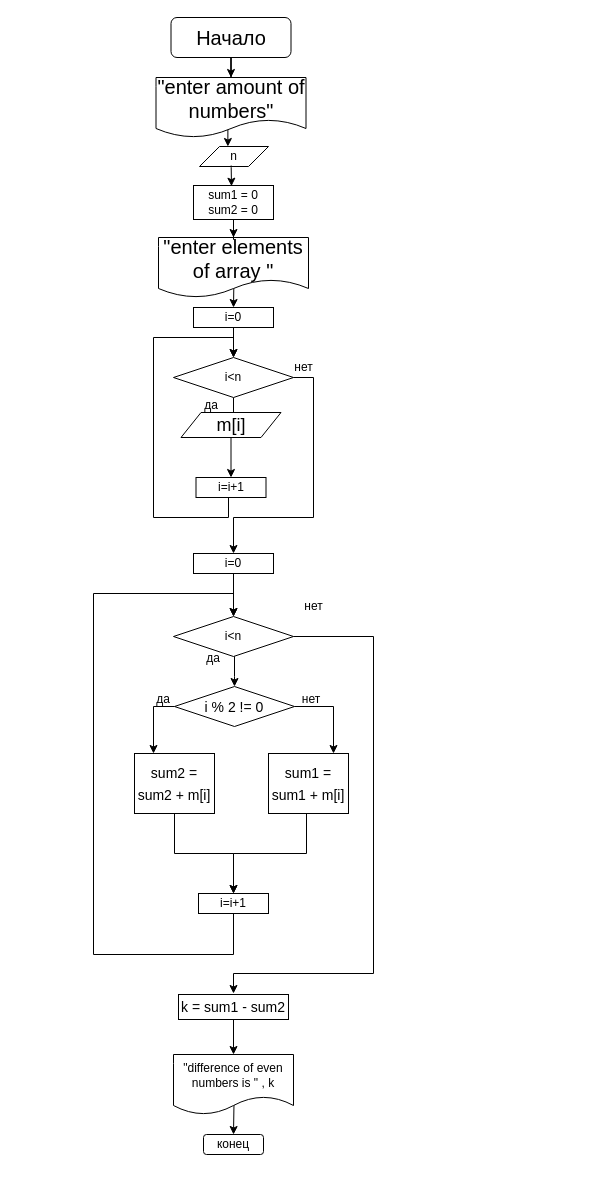
Earlier version of the draw.io diagram 3/3.2.drawio (klep1koff/lifeishard). Source tidied: cells renumbered, new cells numbered last; positions are measured from the earlier drawing's top-left corner, leaving out a move shared by most shapes. Both pictures are drawn from the tidied source at 100%, with x=0, y=0 at pixel (93, 17).
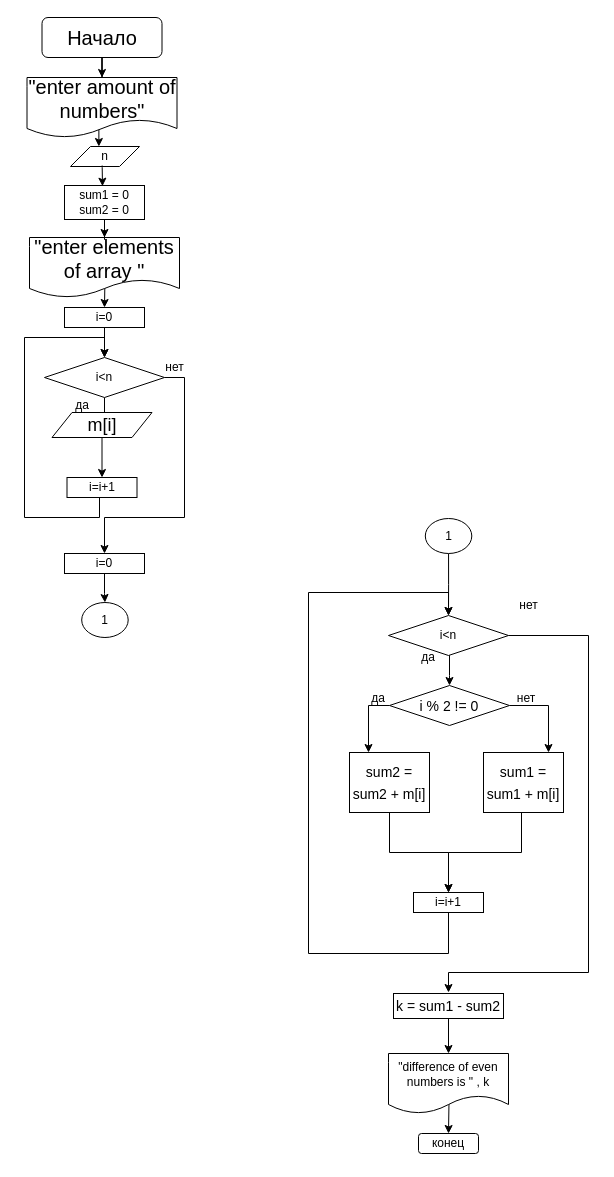
Above is the later version.

The edit, as a diff of the source:
```diff
@@
     <mxCell id="3" value="i=0" style="whiteSpace=wrap;html=1;rounded=0;" parent="1" vertex="1">
-      <mxGeometry x="100" y="290" width="80" height="20" as="geometry" />
+      <mxGeometry x="-29" y="290" width="80" height="20" as="geometry" />
     </mxCell>
     <mxCell id="4" style="edgeStyle=orthogonalEdgeStyle;rounded=0;jettySize=auto;html=1;" parent="1" edge="1" source="6">
       <mxGeometry relative="1" as="geometry">
-        <mxPoint x="140" y="395" as="targetPoint" />
+        <mxPoint x="11" y="395" as="targetPoint" />
       </mxGeometry>
     </mxCell>
     <mxCell id="5" style="edgeStyle=orthogonalEdgeStyle;rounded=0;jettySize=auto;html=1;entryX=0.5;entryY=0;entryDx=0;entryDy=0;" parent="1" edge="1" source="6" target="36">
       <mxGeometry relative="1" as="geometry">
         <Array as="points">
-          <mxPoint x="220" y="360" />
-          <mxPoint x="220" y="500" />
-          <mxPoint x="140" y="500" />
+          <mxPoint x="91" y="360" />
+          <mxPoint x="91" y="500" />
+          <mxPoint x="11" y="500" />
         </Array>
       </mxGeometry>
     </mxCell>
     <mxCell id="6" value="i&amp;lt;n" style="rhombus;whiteSpace=wrap;html=1;rounded=0;" parent="1" vertex="1">
-      <mxGeometry x="80" y="340" width="120" height="40" as="geometry" />
+      <mxGeometry x="-49" y="340" width="120" height="40" as="geometry" />
     </mxCell>
     <mxCell id="7" value="да" style="text;html=1;strokeColor=none;fillColor=none;align=center;verticalAlign=middle;whiteSpace=wrap;rounded=0;" parent="1" vertex="1">
-      <mxGeometry x="87.5" y="380" width="60" height="15" as="geometry" />
+      <mxGeometry x="-41.5" y="380" width="60" height="15" as="geometry" />
     </mxCell>
@@
     <mxCell id="9" value="&lt;font style=&quot;font-size: 20px&quot;&gt;Начало&lt;/font&gt;" style="rounded=1;whiteSpace=wrap;html=1;fontSize=12;glass=0;strokeWidth=1;shadow=0;" parent="1" vertex="1">
-      <mxGeometry x="77.5" width="120" height="40" as="geometry" />
+      <mxGeometry x="-51.5" width="120" height="40" as="geometry" />
     </mxCell>
     <mxCell id="10" style="edgeStyle=orthogonalEdgeStyle;rounded=0;jettySize=auto;html=1;entryX=0.411;entryY=0;entryDx=0;entryDy=0;entryPerimeter=0;exitX=0.49;exitY=0.839;exitDx=0;exitDy=0;exitPerimeter=0;" parent="1" edge="1" source="11" target="44">
       <mxGeometry relative="1" as="geometry">
         <Array as="points">
-          <mxPoint x="134" y="110" />
-          <mxPoint x="134" y="129" />
+          <mxPoint x="5" y="110" />
+          <mxPoint x="5" y="129" />
         </Array>
       </mxGeometry>
     </mxCell>
     <mxCell id="11" value="&lt;font style=&quot;font-size: 20px&quot;&gt;&quot;enter amount of numbers&quot;&lt;/font&gt;" style="shape=document;whiteSpace=wrap;html=1;boundedLbl=1;" parent="1" vertex="1">
-      <mxGeometry x="62.5" y="60" width="150" height="60" as="geometry" />
+      <mxGeometry x="-66.5" y="60" width="150" height="60" as="geometry" />
     </mxCell>
@@
     <mxCell id="13" value="&lt;font style=&quot;font-size: 20px&quot;&gt;&quot;enter elements of array &quot;&lt;/font&gt;" style="shape=document;whiteSpace=wrap;html=1;boundedLbl=1;" parent="1" vertex="1">
-      <mxGeometry x="65" y="220" width="150" height="60" as="geometry" />
+      <mxGeometry x="-64" y="220" width="150" height="60" as="geometry" />
     </mxCell>
     <mxCell id="14" style="edgeStyle=orthogonalEdgeStyle;rounded=0;jettySize=auto;html=1;entryX=0.5;entryY=0;entryDx=0;entryDy=0;startArrow=none;" parent="1" edge="1" source="46" target="6">
       <mxGeometry relative="1" as="geometry">
         <Array as="points">
-          <mxPoint x="135" y="500" />
-          <mxPoint x="60" y="500" />
-          <mxPoint x="60" y="320" />
-          <mxPoint x="140" y="320" />
+          <mxPoint x="6" y="500" />
+          <mxPoint x="-69" y="500" />
+          <mxPoint x="-69" y="320" />
+          <mxPoint x="11" y="320" />
         </Array>
       </mxGeometry>
     </mxCell>
@@
     <mxCell id="16" value="&lt;span style=&quot;font-size: 18px&quot;&gt;m[i]&lt;/span&gt;" style="shape=parallelogram;perimeter=parallelogramPerimeter;whiteSpace=wrap;html=1;fixedSize=1;" parent="1" vertex="1">
-      <mxGeometry x="87.5" y="395" width="100" height="25" as="geometry" />
+      <mxGeometry x="-41.5" y="395" width="100" height="25" as="geometry" />
     </mxCell>
     <mxCell id="17" value="нет" style="text;html=1;align=center;verticalAlign=middle;strokeColor=none;fillColor=none;" parent="1" vertex="1">
-      <mxGeometry x="190" y="340" width="40" height="20" as="geometry" />
+      <mxGeometry x="61" y="340" width="40" height="20" as="geometry" />
     </mxCell>
@@
     <mxCell id="20" value="&quot;difference of even numbers is&amp;nbsp;&quot; , k" style="shape=document;whiteSpace=wrap;html=1;boundedLbl=1;" parent="1" vertex="1">
-      <mxGeometry x="80" y="1037" width="120" height="60" as="geometry" />
+      <mxGeometry x="295" y="1036" width="120" height="60" as="geometry" />
     </mxCell>
@@
     <mxCell id="22" value="k = sum1 - sum2" style="rounded=0;whiteSpace=wrap;html=1;fontSize=14;" parent="1" vertex="1">
-      <mxGeometry x="85" y="977" width="110" height="25" as="geometry" />
+      <mxGeometry x="300" y="976" width="110" height="25" as="geometry" />
     </mxCell>
     <mxCell id="23" value="конец" style="rounded=1;whiteSpace=wrap;html=1;" parent="1" vertex="1">
-      <mxGeometry x="110" y="1117" width="60" height="20" as="geometry" />
+      <mxGeometry x="325" y="1116" width="60" height="20" as="geometry" />
     </mxCell>
     <mxCell id="24" style="edgeStyle=orthogonalEdgeStyle;rounded=0;jettySize=auto;html=1;" parent="1" edge="1" source="25" target="39">
       <mxGeometry relative="1" as="geometry">
         <Array as="points">
-          <mxPoint x="140" y="937" />
-          <mxPoint y="937" />
-          <mxPoint y="576" />
-          <mxPoint x="140" y="576" />
+          <mxPoint x="355" y="936" />
+          <mxPoint x="215" y="936" />
+          <mxPoint x="215" y="575" />
+          <mxPoint x="355" y="575" />
         </Array>
       </mxGeometry>
     </mxCell>
     <mxCell id="25" value="i=i+1" style="rounded=0;whiteSpace=wrap;html=1;" parent="1" vertex="1">
-      <mxGeometry x="105" y="876" width="70" height="20" as="geometry" />
+      <mxGeometry x="320" y="875" width="70" height="20" as="geometry" />
     </mxCell>
@@
     <mxCell id="27" value="&lt;font style=&quot;font-size: 14px&quot;&gt;sum2 = sum2 + m[i]&lt;/font&gt;" style="whiteSpace=wrap;html=1;fontSize=18;" parent="1" vertex="1">
-      <mxGeometry x="41" y="736" width="80" height="60" as="geometry" />
+      <mxGeometry x="256" y="735" width="80" height="60" as="geometry" />
     </mxCell>
     <mxCell id="28" style="edgeStyle=orthogonalEdgeStyle;rounded=0;jettySize=auto;html=1;" parent="1" edge="1" source="29" target="25">
       <mxGeometry relative="1" as="geometry">
         <Array as="points">
-          <mxPoint x="213" y="836" />
-          <mxPoint x="140" y="836" />
+          <mxPoint x="428" y="835" />
+          <mxPoint x="355" y="835" />
         </Array>
       </mxGeometry>
     </mxCell>
     <mxCell id="29" value="&lt;font style=&quot;font-size: 14px&quot;&gt;sum1 = sum1 + m[i]&lt;/font&gt;" style="whiteSpace=wrap;html=1;fontSize=18;" parent="1" vertex="1">
-      <mxGeometry x="175" y="736" width="80" height="60" as="geometry" />
+      <mxGeometry x="390" y="735" width="80" height="60" as="geometry" />
     </mxCell>
     <mxCell id="30" value="да" style="text;html=1;strokeColor=none;fillColor=none;align=center;verticalAlign=middle;whiteSpace=wrap;rounded=0;" parent="1" vertex="1">
-      <mxGeometry x="40" y="667" width="60" height="30" as="geometry" />
+      <mxGeometry x="255" y="666" width="60" height="30" as="geometry" />
     </mxCell>
     <mxCell id="31" value="нет" style="text;html=1;strokeColor=none;fillColor=none;align=center;verticalAlign=middle;whiteSpace=wrap;rounded=0;" parent="1" vertex="1">
-      <mxGeometry x="187.5" y="667" width="60" height="30" as="geometry" />
+      <mxGeometry x="402.5" y="666" width="60" height="30" as="geometry" />
     </mxCell>
     <mxCell id="32" style="edgeStyle=orthogonalEdgeStyle;rounded=0;jettySize=auto;html=1;" parent="1" edge="1" source="34">
       <mxGeometry relative="1" as="geometry">
-        <mxPoint x="60" y="736" as="targetPoint" />
+        <mxPoint x="275" y="735" as="targetPoint" />
         <Array as="points">
-          <mxPoint x="60" y="689" />
-          <mxPoint x="60" y="736" />
+          <mxPoint x="275" y="688" />
+          <mxPoint x="275" y="735" />
         </Array>
       </mxGeometry>
     </mxCell>
     <mxCell id="33" style="edgeStyle=orthogonalEdgeStyle;rounded=0;jettySize=auto;html=1;" parent="1" edge="1" source="34">
       <mxGeometry relative="1" as="geometry">
-        <mxPoint x="240" y="736" as="targetPoint" />
+        <mxPoint x="455" y="735" as="targetPoint" />
         <Array as="points">
-          <mxPoint x="240" y="689" />
-          <mxPoint x="240" y="736" />
+          <mxPoint x="455" y="688" />
+          <mxPoint x="455" y="735" />
         </Array>
       </mxGeometry>
     </mxCell>
     <mxCell id="34" value="&lt;font style=&quot;font-size: 14px&quot;&gt;i % 2 != 0&lt;/font&gt;" style="rhombus;whiteSpace=wrap;html=1;fontSize=18;" parent="1" vertex="1">
-      <mxGeometry x="81" y="669" width="120" height="40" as="geometry" />
+      <mxGeometry x="296" y="668" width="120" height="40" as="geometry" />
     </mxCell>
-    <mxCell id="35" style="edgeStyle=orthogonalEdgeStyle;rounded=0;jettySize=auto;html=1;" parent="1" edge="1" source="36" target="39">
-      <mxGeometry relative="1" as="geometry" />
-    </mxCell>
+    <mxCell id="47" style="edgeStyle=orthogonalEdgeStyle;rounded=0;jettySize=auto;html=1;" parent="1" edge="1" source="36" target="48">
+      <mxGeometry relative="1" as="geometry" />
+    </mxCell>
     <mxCell id="36" value="i=0" style="whiteSpace=wrap;html=1;rounded=0;" parent="1" vertex="1">
-      <mxGeometry x="100" y="536" width="80" height="20" as="geometry" />
+      <mxGeometry x="-29" y="536" width="80" height="20" as="geometry" />
     </mxCell>
     <mxCell id="37" style="edgeStyle=orthogonalEdgeStyle;rounded=0;jettySize=auto;html=1;" parent="1" edge="1" source="39" target="34">
       <mxGeometry relative="1" as="geometry">
         <Array as="points">
-          <mxPoint x="141" y="659" />
-          <mxPoint x="141" y="659" />
+          <mxPoint x="356" y="658" />
+          <mxPoint x="356" y="658" />
         </Array>
       </mxGeometry>
     </mxCell>
     <mxCell id="38" style="edgeStyle=orthogonalEdgeStyle;rounded=0;jettySize=auto;html=1;" parent="1" edge="1" source="39">
       <mxGeometry relative="1" as="geometry">
-        <mxPoint x="140" y="976" as="targetPoint" />
+        <mxPoint x="355" y="975" as="targetPoint" />
         <Array as="points">
-          <mxPoint x="280" y="619" />
-          <mxPoint x="280" y="956" />
-          <mxPoint x="140" y="956" />
+          <mxPoint x="495" y="618" />
+          <mxPoint x="495" y="955" />
+          <mxPoint x="355" y="955" />
         </Array>
       </mxGeometry>
     </mxCell>
     <mxCell id="39" value="i&amp;lt;n" style="rhombus;whiteSpace=wrap;html=1;rounded=0;" parent="1" vertex="1">
-      <mxGeometry x="80" y="599" width="120" height="40" as="geometry" />
+      <mxGeometry x="295" y="598" width="120" height="40" as="geometry" />
     </mxCell>
     <mxCell id="40" value="да" style="text;html=1;strokeColor=none;fillColor=none;align=center;verticalAlign=middle;whiteSpace=wrap;rounded=0;" parent="1" vertex="1">
-      <mxGeometry x="90" y="626" width="60" height="30" as="geometry" />
+      <mxGeometry x="305" y="625" width="60" height="30" as="geometry" />
     </mxCell>
     <mxCell id="41" value="нет" style="text;html=1;align=center;verticalAlign=middle;strokeColor=none;fillColor=none;" parent="1" vertex="1">
-      <mxGeometry x="200" y="579" width="40" height="20" as="geometry" />
+      <mxGeometry x="415" y="578" width="40" height="20" as="geometry" />
     </mxCell>
@@
     <mxCell id="43" value="sum1 = 0&lt;br&gt;sum2 = 0" style="rounded=0;whiteSpace=wrap;html=1;" parent="1" vertex="1">
-      <mxGeometry x="100" y="168" width="80" height="34" as="geometry" />
+      <mxGeometry x="-29" y="168" width="80" height="34" as="geometry" />
     </mxCell>
     <mxCell id="44" value="n" style="shape=parallelogram;perimeter=parallelogramPerimeter;whiteSpace=wrap;html=1;fixedSize=1;" parent="1" vertex="1">
-      <mxGeometry x="106" y="129" width="69" height="20" as="geometry" />
+      <mxGeometry x="-23" y="129" width="69" height="20" as="geometry" />
     </mxCell>
     <mxCell id="45" style="edgeStyle=orthogonalEdgeStyle;rounded=0;jettySize=auto;html=1;startArrow=none;exitX=0.459;exitY=0.95;exitDx=0;exitDy=0;exitPerimeter=0;entryX=0.475;entryY=0.02;entryDx=0;entryDy=0;entryPerimeter=0;" parent="1" edge="1" source="44" target="43">
       <mxGeometry relative="1" as="geometry">
         <Array as="points">
-          <mxPoint x="138" y="150" />
+          <mxPoint x="9" y="150" />
         </Array>
       </mxGeometry>
     </mxCell>
     <mxCell id="46" value="i=i+1" style="rounded=0;whiteSpace=wrap;html=1;" parent="1" vertex="1">
-      <mxGeometry x="102.5" y="460" width="70" height="20" as="geometry" />
+      <mxGeometry x="-26.5" y="460" width="70" height="20" as="geometry" />
     </mxCell>
+    <mxCell id="48" value="1" style="ellipse;whiteSpace=wrap;html=1;rounded=0;" parent="1" vertex="1">
+      <mxGeometry x="-11.8" y="585" width="46.5" height="35" as="geometry" />
+    </mxCell>
+    <mxCell id="49" style="edgeStyle=orthogonalEdgeStyle;rounded=0;jettySize=auto;html=1;entryX=0.5;entryY=0;entryDx=0;entryDy=0;" parent="1" edge="1" source="50" target="39">
+      <mxGeometry relative="1" as="geometry" />
+    </mxCell>
+    <mxCell id="50" value="1" style="ellipse;whiteSpace=wrap;html=1;rounded=0;" parent="1" vertex="1">
+      <mxGeometry x="331.8" y="501" width="46.5" height="35" as="geometry" />
+    </mxCell>
```
